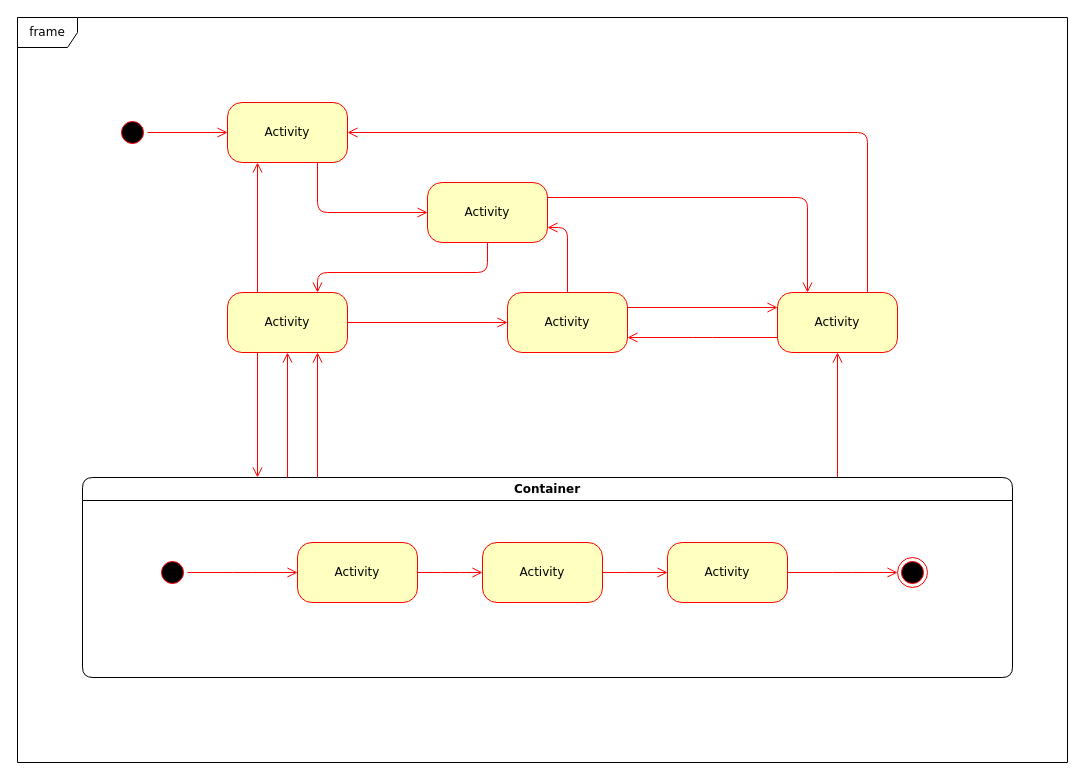
Earlier version of the draw.io diagram Diagrama sem nome.drawio (GuilhermeZamboni32/UML). Source tidied: cells renumbered, new cells numbered last; positions are measured from the earlier drawing's top-left corner, leaving out a move shared by most shapes. Both pictures are drawn from the tidied source at 100%, with x=0, y=0 at pixel (17, 17).
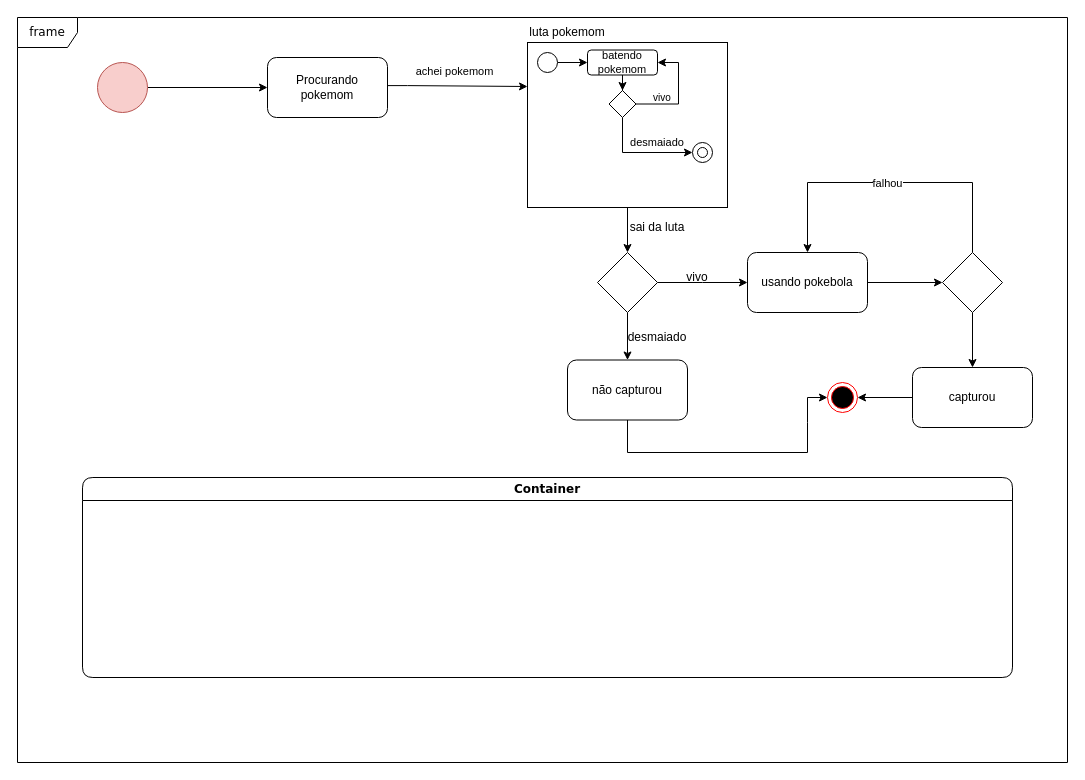
Above is the later version.

Commit message:
diagrama pokemom

Unchanged cells that the change refers to:
```xml
<mxCell id="12" value="Container" style="swimlane;whiteSpace=wrap;html=1;rounded=1;shadow=0;comic=0;labelBackgroundColor=none;strokeWidth=1;fontFamily=Verdana;fontSize=12;align=center;" parent="1" vertex="1">
  <mxGeometry x="65" y="460" width="930" height="200" as="geometry" />
</mxCell>
```

Change to the diagram source:
```diff
@@
-    <mxCell id="2" style="ellipse;html=1;shape=startState;fillColor=#000000;strokeColor=#ff0000;rounded=1;shadow=0;comic=0;labelBackgroundColor=none;fontFamily=Verdana;fontSize=12;fontColor=#000000;align=center;direction=south;" parent="1" vertex="1">
-      <mxGeometry x="100" y="100" width="30" height="30" as="geometry" />
-    </mxCell>
-    <mxCell id="3" value="Activity" style="rounded=1;whiteSpace=wrap;html=1;arcSize=24;fillColor=#ffffc0;strokeColor=#ff0000;shadow=0;comic=0;labelBackgroundColor=none;fontFamily=Verdana;fontSize=12;fontColor=#000000;align=center;" parent="1" vertex="1">
-      <mxGeometry x="210" y="275" width="120" height="60" as="geometry" />
-    </mxCell>
-    <mxCell id="4" value="Activity" style="rounded=1;whiteSpace=wrap;html=1;arcSize=24;fillColor=#ffffc0;strokeColor=#ff0000;shadow=0;comic=0;labelBackgroundColor=none;fontFamily=Verdana;fontSize=12;fontColor=#000000;align=center;" parent="1" vertex="1">
-      <mxGeometry x="210" y="85" width="120" height="60" as="geometry" />
-    </mxCell>
-    <mxCell id="5" style="edgeStyle=orthogonalEdgeStyle;html=1;exitX=1;exitY=0.25;entryX=0.25;entryY=0;labelBackgroundColor=none;endArrow=open;endSize=8;strokeColor=#ff0000;fontFamily=Verdana;fontSize=12;align=left;" parent="1" edge="1" source="6" target="9">
-      <mxGeometry relative="1" as="geometry" />
-    </mxCell>
-    <mxCell id="6" value="Activity" style="rounded=1;whiteSpace=wrap;html=1;arcSize=24;fillColor=#ffffc0;strokeColor=#ff0000;shadow=0;comic=0;labelBackgroundColor=none;fontFamily=Verdana;fontSize=12;fontColor=#000000;align=center;" parent="1" vertex="1">
-      <mxGeometry x="410" y="165" width="120" height="60" as="geometry" />
-    </mxCell>
-    <mxCell id="7" style="edgeStyle=orthogonalEdgeStyle;html=1;exitX=0.75;exitY=0;entryX=1;entryY=0.5;labelBackgroundColor=none;endArrow=open;endSize=8;strokeColor=#ff0000;fontFamily=Verdana;fontSize=12;align=left;" parent="1" edge="1" source="9" target="4">
-      <mxGeometry relative="1" as="geometry">
-        <Array as="points">
-          <mxPoint x="850" y="115" />
-        </Array>
-      </mxGeometry>
-    </mxCell>
-    <mxCell id="8" style="edgeStyle=elbowEdgeStyle;html=1;exitX=0;exitY=0.75;entryX=1;entryY=0.75;labelBackgroundColor=none;endArrow=open;endSize=8;strokeColor=#ff0000;fontFamily=Verdana;fontSize=12;align=left;" parent="1" edge="1" source="9" target="10">
-      <mxGeometry relative="1" as="geometry" />
-    </mxCell>
-    <mxCell id="9" value="Activity" style="rounded=1;whiteSpace=wrap;html=1;arcSize=24;fillColor=#ffffc0;strokeColor=#ff0000;shadow=0;comic=0;labelBackgroundColor=none;fontFamily=Verdana;fontSize=12;fontColor=#000000;align=center;" parent="1" vertex="1">
-      <mxGeometry x="760" y="275" width="120" height="60" as="geometry" />
-    </mxCell>
-    <mxCell id="10" value="Activity" style="rounded=1;whiteSpace=wrap;html=1;arcSize=24;fillColor=#ffffc0;strokeColor=#ff0000;shadow=0;comic=0;labelBackgroundColor=none;fontFamily=Verdana;fontSize=12;fontColor=#000000;align=center;" parent="1" vertex="1">
-      <mxGeometry x="490" y="275" width="120" height="60" as="geometry" />
-    </mxCell>
-    <mxCell id="11" style="edgeStyle=elbowEdgeStyle;html=1;labelBackgroundColor=none;endArrow=open;endSize=8;strokeColor=#ff0000;fontFamily=Verdana;fontSize=12;align=left;" parent="1" edge="1" source="12" target="9">
-      <mxGeometry relative="1" as="geometry" />
-    </mxCell>
@@
-    <mxCell id="13" style="edgeStyle=elbowEdgeStyle;html=1;labelBackgroundColor=none;endArrow=open;endSize=8;strokeColor=#ff0000;fontFamily=Verdana;fontSize=12;align=left;" parent="12" edge="1" source="14" target="19">
-      <mxGeometry relative="1" as="geometry" />
-    </mxCell>
-    <mxCell id="14" value="Activity" style="rounded=1;whiteSpace=wrap;html=1;arcSize=24;fillColor=#ffffc0;strokeColor=#ff0000;shadow=0;comic=0;labelBackgroundColor=none;fontFamily=Verdana;fontSize=12;fontColor=#000000;align=center;" parent="12" vertex="1">
-      <mxGeometry x="215" y="65" width="120" height="60" as="geometry" />
-    </mxCell>
-    <mxCell id="15" style="ellipse;html=1;shape=endState;fillColor=#000000;strokeColor=#ff0000;rounded=1;shadow=0;comic=0;labelBackgroundColor=none;fontFamily=Verdana;fontSize=12;fontColor=#000000;align=center;" parent="12" vertex="1">
-      <mxGeometry x="815" y="80" width="30" height="30" as="geometry" />
-    </mxCell>
-    <mxCell id="16" style="edgeStyle=elbowEdgeStyle;html=1;labelBackgroundColor=none;endArrow=open;endSize=8;strokeColor=#ff0000;fontFamily=Verdana;fontSize=12;align=left;" parent="12" edge="1" source="17" target="14">
-      <mxGeometry relative="1" as="geometry" />
-    </mxCell>
-    <mxCell id="17" style="ellipse;html=1;shape=startState;fillColor=#000000;strokeColor=#ff0000;rounded=1;shadow=0;comic=0;labelBackgroundColor=none;fontFamily=Verdana;fontSize=12;fontColor=#000000;align=center;direction=south;" parent="12" vertex="1">
-      <mxGeometry x="75" y="80" width="30" height="30" as="geometry" />
-    </mxCell>
-    <mxCell id="18" style="edgeStyle=elbowEdgeStyle;html=1;labelBackgroundColor=none;endArrow=open;endSize=8;strokeColor=#ff0000;fontFamily=Verdana;fontSize=12;align=left;" parent="12" edge="1" source="19" target="21">
-      <mxGeometry relative="1" as="geometry" />
-    </mxCell>
-    <mxCell id="19" value="Activity" style="rounded=1;whiteSpace=wrap;html=1;arcSize=24;fillColor=#ffffc0;strokeColor=#ff0000;shadow=0;comic=0;labelBackgroundColor=none;fontFamily=Verdana;fontSize=12;fontColor=#000000;align=center;" parent="12" vertex="1">
-      <mxGeometry x="400" y="65" width="120" height="60" as="geometry" />
-    </mxCell>
-    <mxCell id="20" style="edgeStyle=elbowEdgeStyle;html=1;labelBackgroundColor=none;endArrow=open;endSize=8;strokeColor=#ff0000;fontFamily=Verdana;fontSize=12;align=left;" parent="12" edge="1" source="21" target="15">
-      <mxGeometry relative="1" as="geometry" />
-    </mxCell>
-    <mxCell id="21" value="Activity" style="rounded=1;whiteSpace=wrap;html=1;arcSize=24;fillColor=#ffffc0;strokeColor=#ff0000;shadow=0;comic=0;labelBackgroundColor=none;fontFamily=Verdana;fontSize=12;fontColor=#000000;align=center;" parent="12" vertex="1">
-      <mxGeometry x="585" y="65" width="120" height="60" as="geometry" />
-    </mxCell>
@@
-    <mxCell id="23" style="edgeStyle=orthogonalEdgeStyle;html=1;labelBackgroundColor=none;endArrow=open;endSize=8;strokeColor=#ff0000;fontFamily=Verdana;fontSize=12;align=left;" parent="1" edge="1" source="2" target="4">
-      <mxGeometry relative="1" as="geometry" />
-    </mxCell>
-    <mxCell id="24" style="edgeStyle=orthogonalEdgeStyle;html=1;labelBackgroundColor=none;endArrow=open;endSize=8;strokeColor=#ff0000;fontFamily=Verdana;fontSize=12;align=left;entryX=0;entryY=0.5;" parent="1" edge="1" source="4" target="6">
-      <mxGeometry relative="1" as="geometry">
-        <Array as="points">
-          <mxPoint x="300" y="195" />
-        </Array>
-      </mxGeometry>
-    </mxCell>
-    <mxCell id="25" style="edgeStyle=orthogonalEdgeStyle;html=1;entryX=0.75;entryY=0;labelBackgroundColor=none;endArrow=open;endSize=8;strokeColor=#ff0000;fontFamily=Verdana;fontSize=12;align=left;exitX=0.5;exitY=1;" parent="1" edge="1" source="6" target="3">
-      <mxGeometry relative="1" as="geometry">
-        <Array as="points">
-          <mxPoint x="470" y="255" />
-          <mxPoint x="300" y="255" />
-        </Array>
-      </mxGeometry>
-    </mxCell>
-    <mxCell id="26" style="edgeStyle=orthogonalEdgeStyle;html=1;exitX=0.25;exitY=0;entryX=0.25;entryY=1;labelBackgroundColor=none;endArrow=open;endSize=8;strokeColor=#ff0000;fontFamily=Verdana;fontSize=12;align=left;" parent="1" edge="1" source="3" target="4">
-      <mxGeometry relative="1" as="geometry" />
-    </mxCell>
-    <mxCell id="27" style="edgeStyle=orthogonalEdgeStyle;html=1;exitX=1;exitY=0.5;entryX=0;entryY=0.5;labelBackgroundColor=none;endArrow=open;endSize=8;strokeColor=#ff0000;fontFamily=Verdana;fontSize=12;align=left;" parent="1" edge="1" source="3" target="10">
-      <mxGeometry relative="1" as="geometry" />
-    </mxCell>
-    <mxCell id="28" style="edgeStyle=orthogonalEdgeStyle;html=1;exitX=0.5;exitY=0;entryX=1;entryY=0.75;labelBackgroundColor=none;endArrow=open;endSize=8;strokeColor=#ff0000;fontFamily=Verdana;fontSize=12;align=left;" parent="1" edge="1" source="10" target="6">
-      <mxGeometry relative="1" as="geometry" />
-    </mxCell>
-    <mxCell id="29" style="edgeStyle=orthogonalEdgeStyle;html=1;exitX=1;exitY=0.25;entryX=0;entryY=0.25;labelBackgroundColor=none;endArrow=open;endSize=8;strokeColor=#ff0000;fontFamily=Verdana;fontSize=12;align=left;" parent="1" edge="1" source="10" target="9">
-      <mxGeometry relative="1" as="geometry" />
-    </mxCell>
-    <mxCell id="30" style="edgeStyle=elbowEdgeStyle;html=1;labelBackgroundColor=none;endArrow=open;endSize=8;strokeColor=#ff0000;fontFamily=Verdana;fontSize=12;align=left;entryX=0.75;entryY=1;" parent="1" edge="1" source="12" target="3">
-      <mxGeometry relative="1" as="geometry" />
-    </mxCell>
-    <mxCell id="31" style="edgeStyle=elbowEdgeStyle;html=1;labelBackgroundColor=none;endArrow=open;endSize=8;strokeColor=#ff0000;fontFamily=Verdana;fontSize=12;align=left;entryX=0.5;entryY=1;" parent="1" edge="1" source="12" target="3">
-      <mxGeometry relative="1" as="geometry" />
-    </mxCell>
-    <mxCell id="32" style="edgeStyle=elbowEdgeStyle;html=1;labelBackgroundColor=none;endArrow=open;endSize=8;strokeColor=#ff0000;fontFamily=Verdana;fontSize=12;align=left;exitX=0.25;exitY=1;" parent="1" edge="1" source="3" target="12">
-      <mxGeometry relative="1" as="geometry" />
-    </mxCell>
+    <mxCell id="33" style="edgeStyle=orthogonalEdgeStyle;rounded=0;jettySize=auto;html=1;entryX=0;entryY=0.5;entryDx=0;entryDy=0;" parent="1" edge="1" source="34" target="37">
+      <mxGeometry relative="1" as="geometry" />
+    </mxCell>
+    <mxCell id="34" style="ellipse;whiteSpace=wrap;html=1;fillColor=#f8cecc;strokeColor=#b85450;" parent="1" vertex="1">
+      <mxGeometry x="80" y="45" width="50" height="50" as="geometry" />
+    </mxCell>
+    <mxCell id="35" style="edgeStyle=orthogonalEdgeStyle;rounded=0;orthogonalLoop=1;jettySize=auto;html=1;" parent="1" edge="1">
+      <mxGeometry relative="1" as="geometry">
+        <mxPoint x="350" y="68.1" as="sourcePoint" />
+        <mxPoint x="510" y="69" as="targetPoint" />
+        <Array as="points">
+          <mxPoint x="390" y="67.6" />
+          <mxPoint x="490" y="68.6" />
+        </Array>
+      </mxGeometry>
+    </mxCell>
+    <mxCell id="36" value="achei pokemom" style="edgeLabel;html=1;align=center;verticalAlign=middle;" parent="35" vertex="1">
+      <mxGeometry x="0.1" y="-2" relative="1" as="geometry">
+        <mxPoint x="-1" y="-17" as="offset" />
+      </mxGeometry>
+    </mxCell>
+    <mxCell id="37" value="Procurando pokemom" style="rounded=1;whiteSpace=wrap;html=1;" parent="1" vertex="1">
+      <mxGeometry x="250" y="40" width="120" height="60" as="geometry" />
+    </mxCell>
+    <mxCell id="38" style="edgeStyle=orthogonalEdgeStyle;rounded=0;jettySize=auto;html=1;entryX=0.5;entryY=0;entryDx=0;entryDy=0;" parent="1" edge="1" source="39" target="53">
+      <mxGeometry relative="1" as="geometry" />
+    </mxCell>
+    <mxCell id="39" style="rounded=0;whiteSpace=wrap;html=1;" parent="1" vertex="1">
+      <mxGeometry x="510" y="25" width="200" height="165" as="geometry" />
+    </mxCell>
+    <mxCell id="40" style="edgeStyle=orthogonalEdgeStyle;rounded=0;jettySize=auto;html=1;entryX=0;entryY=0.5;entryDx=0;entryDy=0;" parent="1" edge="1" source="41" target="43">
+      <mxGeometry relative="1" as="geometry" />
+    </mxCell>
+    <mxCell id="41" style="ellipse;whiteSpace=wrap;html=1;" parent="1" vertex="1">
+      <mxGeometry x="520" y="35" width="20" height="20" as="geometry" />
+    </mxCell>
+    <mxCell id="42" style="edgeStyle=orthogonalEdgeStyle;rounded=0;jettySize=auto;html=1;entryX=0.5;entryY=0;entryDx=0;entryDy=0;" parent="1" edge="1" source="43" target="46">
+      <mxGeometry relative="1" as="geometry" />
+    </mxCell>
+    <mxCell id="43" value="batendo pokemom" style="rounded=1;whiteSpace=wrap;html=1;fontSize=11;" parent="1" vertex="1">
+      <mxGeometry x="570" y="32.5" width="70" height="25" as="geometry" />
+    </mxCell>
+    <mxCell id="44" style="edgeStyle=orthogonalEdgeStyle;rounded=0;jettySize=auto;html=1;" parent="1" edge="1" source="46">
+      <mxGeometry relative="1" as="geometry">
+        <mxPoint x="640" y="45" as="targetPoint" />
+        <Array as="points">
+          <mxPoint x="661" y="87" />
+          <mxPoint x="661" y="45" />
+        </Array>
+      </mxGeometry>
+    </mxCell>
+    <mxCell id="45" style="edgeStyle=orthogonalEdgeStyle;rounded=0;jettySize=auto;html=1;entryX=0;entryY=0.5;entryDx=0;entryDy=0;" parent="1" edge="1" source="46" target="47">
+      <mxGeometry relative="1" as="geometry">
+        <Array as="points">
+          <mxPoint x="605" y="135" />
+        </Array>
+      </mxGeometry>
+    </mxCell>
+    <mxCell id="46" style="rhombus;whiteSpace=wrap;html=1;" parent="1" vertex="1">
+      <mxGeometry x="591.5" y="73" width="27" height="27" as="geometry" />
+    </mxCell>
+    <mxCell id="47" style="ellipse;whiteSpace=wrap;html=1;" parent="1" vertex="1">
+      <mxGeometry x="675" y="125" width="20" height="20" as="geometry" />
+    </mxCell>
+    <mxCell id="48" style="ellipse;whiteSpace=wrap;html=1;" parent="1" vertex="1">
+      <mxGeometry x="680" y="130" width="10" height="10" as="geometry" />
+    </mxCell>
+    <mxCell id="49" value="vivo" style="text;html=1;align=center;verticalAlign=middle;whiteSpace=wrap;rounded=0;fontSize=10;" parent="1" vertex="1">
+      <mxGeometry x="630" y="73" width="30" height="13.5" as="geometry" />
+    </mxCell>
+    <mxCell id="50" value="desmaiado" style="text;html=1;align=center;verticalAlign=middle;whiteSpace=wrap;rounded=0;fontSize=11;" parent="1" vertex="1">
+      <mxGeometry x="610" y="120" width="60" height="10" as="geometry" />
+    </mxCell>
+    <mxCell id="51" style="edgeStyle=orthogonalEdgeStyle;rounded=0;jettySize=auto;html=1;" parent="1" edge="1" source="53">
+      <mxGeometry relative="1" as="geometry">
+        <mxPoint x="730" y="265" as="targetPoint" />
+      </mxGeometry>
+    </mxCell>
+    <mxCell id="52" style="edgeStyle=orthogonalEdgeStyle;rounded=0;jettySize=auto;html=1;entryX=0.5;entryY=0;entryDx=0;entryDy=0;" parent="1" edge="1" source="53" target="57">
+      <mxGeometry relative="1" as="geometry" />
+    </mxCell>
+    <mxCell id="53" style="rhombus;whiteSpace=wrap;html=1;" parent="1" vertex="1">
+      <mxGeometry x="580" y="235" width="60" height="60" as="geometry" />
+    </mxCell>
+    <mxCell id="54" style="edgeStyle=orthogonalEdgeStyle;rounded=0;jettySize=auto;html=1;entryX=0;entryY=0.5;entryDx=0;entryDy=0;" parent="1" edge="1" source="55" target="62">
+      <mxGeometry relative="1" as="geometry" />
+    </mxCell>
+    <mxCell id="55" value="usando pokebola" style="rounded=1;whiteSpace=wrap;html=1;" parent="1" vertex="1">
+      <mxGeometry x="730" y="235" width="120" height="60" as="geometry" />
+    </mxCell>
+    <mxCell id="56" style="edgeStyle=orthogonalEdgeStyle;rounded=0;jettySize=auto;html=1;entryX=0;entryY=0.5;entryDx=0;entryDy=0;" parent="1" edge="1" source="57" target="58">
+      <mxGeometry relative="1" as="geometry">
+        <Array as="points">
+          <mxPoint x="610" y="435" />
+          <mxPoint x="790" y="435" />
+          <mxPoint x="790" y="405" />
+          <mxPoint x="790" y="405" />
+        </Array>
+      </mxGeometry>
+    </mxCell>
+    <mxCell id="57" value="não capturou" style="rounded=1;whiteSpace=wrap;html=1;" parent="1" vertex="1">
+      <mxGeometry x="550" y="342.5" width="120" height="60" as="geometry" />
+    </mxCell>
+    <mxCell id="58" style="ellipse;html=1;shape=endState;fillColor=#000000;strokeColor=#ff0000;" parent="1" vertex="1">
+      <mxGeometry x="810" y="365" width="30" height="30" as="geometry" />
+    </mxCell>
+    <mxCell id="59" style="edgeStyle=orthogonalEdgeStyle;rounded=0;jettySize=auto;html=1;entryX=0.5;entryY=0;entryDx=0;entryDy=0;" parent="1" edge="1" source="62" target="55">
+      <mxGeometry relative="1" as="geometry">
+        <Array as="points">
+          <mxPoint x="955" y="165" />
+          <mxPoint x="790" y="165" />
+        </Array>
+      </mxGeometry>
+    </mxCell>
+    <mxCell id="60" value="falhou" style="edgeLabel;html=1;align=center;verticalAlign=middle;" parent="59" vertex="1">
+      <mxGeometry x="0.02" relative="1" as="geometry" />
+    </mxCell>
+    <mxCell id="61" style="edgeStyle=orthogonalEdgeStyle;rounded=0;jettySize=auto;html=1;entryX=0.5;entryY=0;entryDx=0;entryDy=0;" parent="1" edge="1" source="62" target="64">
+      <mxGeometry relative="1" as="geometry" />
+    </mxCell>
+    <mxCell id="62" style="rhombus;whiteSpace=wrap;html=1;" parent="1" vertex="1">
+      <mxGeometry x="925" y="235" width="60" height="60" as="geometry" />
+    </mxCell>
+    <mxCell id="63" style="edgeStyle=orthogonalEdgeStyle;rounded=0;jettySize=auto;html=1;entryX=1;entryY=0.5;entryDx=0;entryDy=0;" parent="1" edge="1" source="64" target="58">
+      <mxGeometry relative="1" as="geometry" />
+    </mxCell>
+    <mxCell id="64" value="capturou" style="rounded=1;whiteSpace=wrap;html=1;" parent="1" vertex="1">
+      <mxGeometry x="895" y="350" width="120" height="60" as="geometry" />
+    </mxCell>
+    <mxCell id="65" value="luta pokemom" style="text;html=1;align=center;verticalAlign=middle;whiteSpace=wrap;rounded=0;" parent="1" vertex="1">
+      <mxGeometry x="510" width="80" height="30" as="geometry" />
+    </mxCell>
+    <mxCell id="66" value="sai da luta" style="text;html=1;align=center;verticalAlign=middle;whiteSpace=wrap;rounded=0;" parent="1" vertex="1">
+      <mxGeometry x="610" y="195" width="60" height="30" as="geometry" />
+    </mxCell>
+    <mxCell id="67" value="desmaiado" style="text;html=1;align=center;verticalAlign=middle;whiteSpace=wrap;rounded=0;" parent="1" vertex="1">
+      <mxGeometry x="610" y="305" width="60" height="30" as="geometry" />
+    </mxCell>
+    <mxCell id="68" value="vivo" style="text;html=1;align=center;verticalAlign=middle;whiteSpace=wrap;rounded=0;" parent="1" vertex="1">
+      <mxGeometry x="650" y="245" width="60" height="30" as="geometry" />
+    </mxCell>
```
